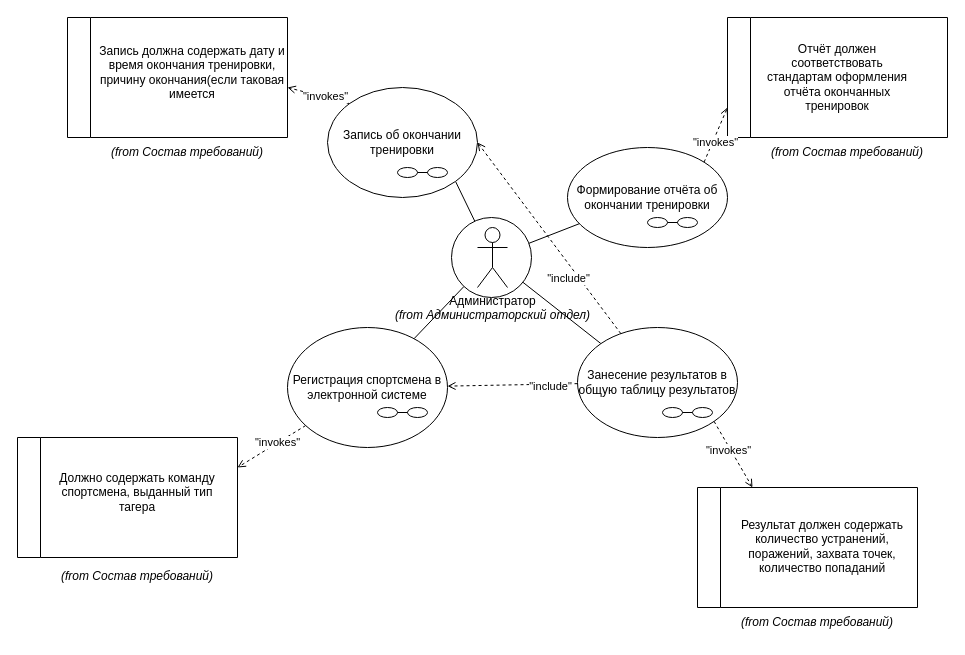
Before: Решения/Часть 2. Схемы/Диаграмма вариантов использования, отображающая состав сценариев, реализующих функциональные требования (1).drawio in VentoAureo12/Projecting-n-Design, a draw.io diagram. Source tidied: cells renumbered, new cells numbered last; positions are measured from the earlier drawing's top-left corner, leaving out a move shared by most shapes. Both pictures are drawn from the tidied source at 100%, with x=0, y=0 at pixel (17, 17).
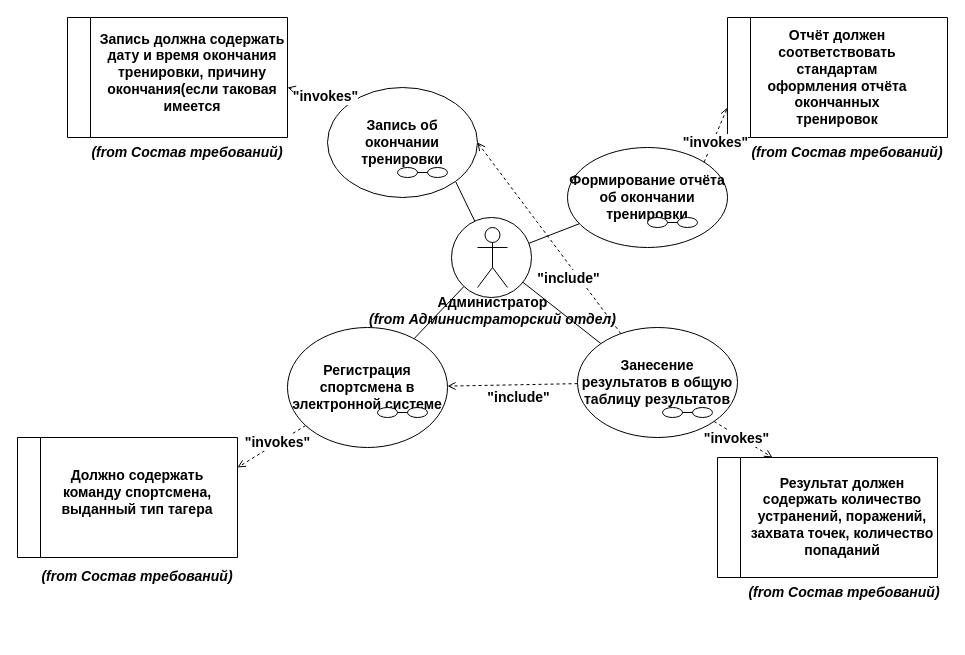
The same page after the edit.

The edit, as a diff of the source:
```diff
@@
-    <mxCell id="2" style="rounded=0;jettySize=auto;html=1;entryX=1;entryY=1;entryDx=0;entryDy=0;endArrow=none;endFill=0;" parent="1" edge="1" source="5" target="25">
+    <mxCell id="2" style="rounded=0;jettySize=auto;html=1;entryX=1;entryY=1;entryDx=0;entryDy=0;endArrow=none;endFill=0;fontStyle=1;fontSize=14;" parent="1" edge="1" source="5" target="25">
       <mxGeometry relative="1" as="geometry" />
     </mxCell>
-    <mxCell id="3" style="rounded=0;jettySize=auto;html=1;endArrow=none;endFill=0;" parent="1" edge="1" source="5" target="20">
+    <mxCell id="3" style="rounded=0;jettySize=auto;html=1;endArrow=none;endFill=0;fontStyle=1;fontSize=14;" parent="1" edge="1" source="5" target="20">
       <mxGeometry relative="1" as="geometry" />
     </mxCell>
-    <mxCell id="4" style="rounded=0;jettySize=auto;html=1;entryX=0;entryY=0;entryDx=0;entryDy=0;endArrow=none;endFill=0;" parent="1" edge="1" source="5" target="8">
+    <mxCell id="4" style="rounded=0;jettySize=auto;html=1;entryX=0;entryY=0;entryDx=0;entryDy=0;endArrow=none;endFill=0;fontStyle=1;fontSize=14;" parent="1" edge="1" source="5" target="8">
       <mxGeometry relative="1" as="geometry" />
     </mxCell>
-    <mxCell id="5" style="ellipse;whiteSpace=wrap;html=1;" parent="1" vertex="1">
+    <mxCell id="5" style="ellipse;whiteSpace=wrap;html=1;fontStyle=1;fontSize=14;" parent="1" vertex="1">
       <mxGeometry x="434" y="200" width="80" height="80" as="geometry" />
     </mxCell>
-    <mxCell id="6" value="Администратор&lt;br&gt;&lt;i&gt;(from Администраторский отдел)&lt;/i&gt;" style="shape=umlActor;verticalLabelPosition=bottom;verticalAlign=top;html=1;" parent="1" vertex="1">
+    <mxCell id="6" value="Администратор&lt;br style=&quot;font-size: 14px;&quot;&gt;&lt;i style=&quot;font-size: 14px;&quot;&gt;(from Администраторский отдел)&lt;/i&gt;" style="shape=umlActor;verticalLabelPosition=bottom;verticalAlign=top;html=1;fontStyle=1;fontSize=14;" parent="1" vertex="1">
       <mxGeometry x="460" y="210" width="30" height="60" as="geometry" />
     </mxCell>
-    <mxCell id="7" style="group;" parent="1" vertex="1">
+    <mxCell id="7" style="group;fontStyle=1;fontSize=14;" parent="1" vertex="1">
       <mxGeometry x="560" y="310" width="160" height="110" as="geometry" />
     </mxCell>
-    <mxCell id="8" value="Занесение результатов в общую таблицу результатов" style="ellipse;whiteSpace=wrap;html=1;" parent="7" vertex="1">
+    <mxCell id="8" value="Занесение результатов в общую таблицу результатов" style="ellipse;whiteSpace=wrap;html=1;fontStyle=1;fontSize=14;" parent="7" vertex="1">
       <mxGeometry width="160" height="110" as="geometry" />
     </mxCell>
-    <mxCell id="9" style="ellipse;whiteSpace=wrap;html=1;" parent="7" vertex="1">
+    <mxCell id="9" style="ellipse;whiteSpace=wrap;html=1;fontStyle=1;fontSize=14;" parent="7" vertex="1">
       <mxGeometry x="85" y="80" width="20" height="10" as="geometry" />
     </mxCell>
-    <mxCell id="10" style="ellipse;whiteSpace=wrap;html=1;" parent="7" vertex="1">
+    <mxCell id="10" style="ellipse;whiteSpace=wrap;html=1;fontStyle=1;fontSize=14;" parent="7" vertex="1">
       <mxGeometry x="115" y="80" width="20" height="10" as="geometry" />
     </mxCell>
-    <mxCell id="11" style="rounded=0;jettySize=auto;html=1;exitX=1;exitY=0.5;exitDx=0;exitDy=0;entryX=0;entryY=0.5;entryDx=0;entryDy=0;endArrow=none;endFill=0;" parent="7" edge="1" source="9" target="10">
+    <mxCell id="11" style="rounded=0;jettySize=auto;html=1;exitX=1;exitY=0.5;exitDx=0;exitDy=0;entryX=0;entryY=0.5;entryDx=0;entryDy=0;endArrow=none;endFill=0;fontStyle=1;fontSize=14;" parent="7" edge="1" source="9" target="10">
       <mxGeometry relative="1" as="geometry" />
     </mxCell>
-    <mxCell id="12" style="group;" parent="1" vertex="1">
+    <mxCell id="12" style="group;fontStyle=1;fontSize=14;" parent="1" vertex="1">
       <mxGeometry x="550" y="130" width="160" height="100" as="geometry" />
     </mxCell>
-    <mxCell id="13" style="group;" parent="12" vertex="1">
+    <mxCell id="13" style="group;fontStyle=1;fontSize=14;" parent="12" vertex="1">
       <mxGeometry width="160" height="100" as="geometry" />
     </mxCell>
-    <mxCell id="14" value="Формирование отчёта об окончании тренировки" style="ellipse;whiteSpace=wrap;html=1;" parent="13" vertex="1">
+    <mxCell id="14" value="Формирование отчёта об окончании тренировки" style="ellipse;whiteSpace=wrap;html=1;fontStyle=1;fontSize=14;" parent="13" vertex="1">
       <mxGeometry width="160" height="100" as="geometry" />
     </mxCell>
-    <mxCell id="15" style="ellipse;whiteSpace=wrap;html=1;" parent="13" vertex="1">
+    <mxCell id="15" style="ellipse;whiteSpace=wrap;html=1;fontStyle=1;fontSize=14;" parent="13" vertex="1">
       <mxGeometry x="80" y="70" width="20" height="10" as="geometry" />
     </mxCell>
-    <mxCell id="16" style="ellipse;whiteSpace=wrap;html=1;" parent="13" vertex="1">
+    <mxCell id="16" style="ellipse;whiteSpace=wrap;html=1;fontStyle=1;fontSize=14;" parent="13" vertex="1">
       <mxGeometry x="110" y="70" width="20" height="10" as="geometry" />
     </mxCell>
-    <mxCell id="17" style="rounded=0;jettySize=auto;html=1;exitX=1;exitY=0.5;exitDx=0;exitDy=0;entryX=0;entryY=0.5;entryDx=0;entryDy=0;endArrow=none;endFill=0;" parent="13" edge="1" source="15" target="16">
+    <mxCell id="17" style="rounded=0;jettySize=auto;html=1;exitX=1;exitY=0.5;exitDx=0;exitDy=0;entryX=0;entryY=0.5;entryDx=0;entryDy=0;endArrow=none;endFill=0;fontStyle=1;fontSize=14;" parent="13" edge="1" source="15" target="16">
       <mxGeometry relative="1" as="geometry" />
     </mxCell>
-    <mxCell id="18" style="rounded=0;jettySize=auto;html=1;endArrow=none;endFill=0;" parent="1" edge="1" source="5" target="14">
+    <mxCell id="18" style="rounded=0;jettySize=auto;html=1;endArrow=none;endFill=0;fontStyle=1;fontSize=14;" parent="1" edge="1" source="5" target="14">
       <mxGeometry relative="1" as="geometry" />
     </mxCell>
-    <mxCell id="19" style="group;" parent="1" vertex="1">
+    <mxCell id="19" style="group;fontStyle=1;fontSize=14;" parent="1" vertex="1">
       <mxGeometry x="270" y="310" width="160" height="120" as="geometry" />
     </mxCell>
-    <mxCell id="20" value="Регистрация спортсмена в электронной системе" style="ellipse;whiteSpace=wrap;html=1;" parent="19" vertex="1">
+    <mxCell id="20" value="Регистрация спортсмена в электронной системе" style="ellipse;whiteSpace=wrap;html=1;fontStyle=1;fontSize=14;" parent="19" vertex="1">
       <mxGeometry width="160" height="120" as="geometry" />
     </mxCell>
-    <mxCell id="21" style="ellipse;whiteSpace=wrap;html=1;" parent="19" vertex="1">
+    <mxCell id="21" style="ellipse;whiteSpace=wrap;html=1;fontStyle=1;fontSize=14;" parent="19" vertex="1">
       <mxGeometry x="90" y="80" width="20" height="10" as="geometry" />
     </mxCell>
-    <mxCell id="22" style="ellipse;whiteSpace=wrap;html=1;" parent="19" vertex="1">
+    <mxCell id="22" style="ellipse;whiteSpace=wrap;html=1;fontStyle=1;fontSize=14;" parent="19" vertex="1">
       <mxGeometry x="120" y="80" width="20" height="10" as="geometry" />
     </mxCell>
-    <mxCell id="23" style="rounded=0;jettySize=auto;html=1;exitX=1;exitY=0.5;exitDx=0;exitDy=0;entryX=0;entryY=0.5;entryDx=0;entryDy=0;endArrow=none;endFill=0;" parent="19" edge="1" source="21" target="22">
+    <mxCell id="23" style="rounded=0;jettySize=auto;html=1;exitX=1;exitY=0.5;exitDx=0;exitDy=0;entryX=0;entryY=0.5;entryDx=0;entryDy=0;endArrow=none;endFill=0;fontStyle=1;fontSize=14;" parent="19" edge="1" source="21" target="22">
       <mxGeometry relative="1" as="geometry" />
     </mxCell>
-    <mxCell id="24" style="group;" parent="1" vertex="1">
+    <mxCell id="24" style="group;fontStyle=1;fontSize=14;" parent="1" vertex="1">
       <mxGeometry x="310" y="70" width="150" height="110" as="geometry" />
     </mxCell>
-    <mxCell id="25" value="Запись об окончании тренировки" style="ellipse;whiteSpace=wrap;html=1;" parent="24" vertex="1">
+    <mxCell id="25" value="Запись об окончании тренировки" style="ellipse;whiteSpace=wrap;html=1;fontStyle=1;fontSize=14;" parent="24" vertex="1">
       <mxGeometry width="150" height="110" as="geometry" />
     </mxCell>
-    <mxCell id="26" style="ellipse;whiteSpace=wrap;html=1;" parent="24" vertex="1">
+    <mxCell id="26" style="ellipse;whiteSpace=wrap;html=1;fontStyle=1;fontSize=14;" parent="24" vertex="1">
       <mxGeometry x="70" y="80" width="20" height="10" as="geometry" />
     </mxCell>
-    <mxCell id="27" style="ellipse;whiteSpace=wrap;html=1;" parent="24" vertex="1">
+    <mxCell id="27" style="ellipse;whiteSpace=wrap;html=1;fontStyle=1;fontSize=14;" parent="24" vertex="1">
       <mxGeometry x="100" y="80" width="20" height="10" as="geometry" />
     </mxCell>
-    <mxCell id="28" style="rounded=0;jettySize=auto;html=1;exitX=1;exitY=0.5;exitDx=0;exitDy=0;entryX=0;entryY=0.5;entryDx=0;entryDy=0;endArrow=none;endFill=0;" parent="24" edge="1" source="26" target="27">
+    <mxCell id="28" style="rounded=0;jettySize=auto;html=1;exitX=1;exitY=0.5;exitDx=0;exitDy=0;entryX=0;entryY=0.5;entryDx=0;entryDy=0;endArrow=none;endFill=0;fontStyle=1;fontSize=14;" parent="24" edge="1" source="26" target="27">
       <mxGeometry relative="1" as="geometry" />
     </mxCell>
-    <mxCell id="29" style="rounded=0;jettySize=auto;html=1;dashed=1;endArrow=open;endFill=0;" parent="1" edge="1" source="8" target="20">
+    <mxCell id="29" style="rounded=0;jettySize=auto;html=1;dashed=1;endArrow=open;endFill=0;fontStyle=1;fontSize=14;" parent="1" edge="1" source="8" target="20">
       <mxGeometry relative="1" as="geometry" />
     </mxCell>
-    <mxCell id="30" value="&quot;include&quot;" style="edgeLabel;html=1;align=center;verticalAlign=middle;" parent="29" vertex="1">
-      <mxGeometry x="-0.57" y="2" relative="1" as="geometry" />
+    <mxCell id="30" value="&quot;include&quot;" style="edgeLabel;html=1;align=center;verticalAlign=middle;fontStyle=1;fontSize=14;" parent="29" vertex="1">
+      <mxGeometry x="-0.57" y="2" relative="1" as="geometry">
+        <mxPoint x="-32" y="11" as="offset" />
+      </mxGeometry>
     </mxCell>
-    <mxCell id="31" style="rounded=0;jettySize=auto;html=1;entryX=1;entryY=0.5;entryDx=0;entryDy=0;dashed=1;endArrow=open;endFill=0;" parent="1" edge="1" source="8" target="25">
+    <mxCell id="31" style="rounded=0;jettySize=auto;html=1;entryX=1;entryY=0.5;entryDx=0;entryDy=0;dashed=1;endArrow=open;endFill=0;fontStyle=1;fontSize=14;" parent="1" edge="1" source="8" target="25">
       <mxGeometry relative="1" as="geometry" />
     </mxCell>
-    <mxCell id="32" value="&quot;include&quot;" style="edgeLabel;html=1;align=center;verticalAlign=middle;" parent="1" vertex="1">
+    <mxCell id="32" value="&quot;include&quot;" style="edgeLabel;html=1;align=center;verticalAlign=middle;fontStyle=1;fontSize=14;" parent="1" vertex="1">
       <mxGeometry x="550" y="260" as="geometry" />
     </mxCell>
-    <mxCell id="33" style="swimlane;horizontal=0;whiteSpace=wrap;html=1;" parent="1" vertex="1">
+    <mxCell id="33" style="swimlane;horizontal=0;whiteSpace=wrap;html=1;fontStyle=1;fontSize=14;" parent="1" vertex="1">
       <mxGeometry y="420" width="220" height="120" as="geometry" />
     </mxCell>
-    <mxCell id="34" value="Должно содержать команду спортсмена, выданный тип тагера" style="text;html=1;strokeColor=none;fillColor=none;align=center;verticalAlign=middle;whiteSpace=wrap;rounded=0;" parent="33" vertex="1">
+    <mxCell id="34" value="Должно содержать команду спортсмена, выданный тип тагера" style="text;html=1;strokeColor=none;fillColor=none;align=center;verticalAlign=middle;whiteSpace=wrap;rounded=0;fontStyle=1;fontSize=14;" parent="33" vertex="1">
       <mxGeometry x="40" y="40" width="160" height="30" as="geometry" />
     </mxCell>
-    <mxCell id="35" style="rounded=0;jettySize=auto;html=1;entryX=1;entryY=0.25;entryDx=0;entryDy=0;endArrow=open;endFill=0;dashed=1;" parent="1" edge="1" source="20" target="33">
+    <mxCell id="35" style="rounded=0;jettySize=auto;html=1;entryX=1;entryY=0.25;entryDx=0;entryDy=0;endArrow=open;endFill=0;dashed=1;fontStyle=1;fontSize=14;" parent="1" edge="1" source="20" target="33">
       <mxGeometry relative="1" as="geometry" />
     </mxCell>
-    <mxCell id="36" value="&quot;invokes&quot;" style="edgeLabel;html=1;align=center;verticalAlign=middle;" parent="35" vertex="1">
+    <mxCell id="36" value="&quot;invokes&quot;" style="edgeLabel;html=1;align=center;verticalAlign=middle;fontStyle=1;fontSize=14;" parent="35" vertex="1">
       <mxGeometry x="-0.2" y="-2" relative="1" as="geometry">
         <mxPoint y="1" as="offset" />
       </mxGeometry>
     </mxCell>
-    <mxCell id="37" value="&lt;i&gt;(from Состав требований)&lt;/i&gt;" style="text;html=1;strokeColor=none;fillColor=none;align=center;verticalAlign=middle;whiteSpace=wrap;rounded=0;" parent="1" vertex="1">
+    <mxCell id="37" value="&lt;i style=&quot;font-size: 14px;&quot;&gt;(from Состав требований)&lt;/i&gt;" style="text;html=1;strokeColor=none;fillColor=none;align=center;verticalAlign=middle;whiteSpace=wrap;rounded=0;fontStyle=1;fontSize=14;" parent="1" vertex="1">
       <mxGeometry x="20" y="544" width="200" height="30" as="geometry" />
     </mxCell>
-    <mxCell id="38" style="swimlane;horizontal=0;whiteSpace=wrap;html=1;" parent="1" vertex="1">
+    <mxCell id="38" style="swimlane;horizontal=0;whiteSpace=wrap;html=1;fontStyle=1;fontSize=14;" parent="1" vertex="1">
       <mxGeometry x="50" width="220" height="120" as="geometry" />
     </mxCell>
-    <mxCell id="39" value="Запись должна содержать дату и время окончания тренировки, причину окончания(если таковая имеется" style="text;html=1;strokeColor=none;fillColor=none;align=center;verticalAlign=middle;whiteSpace=wrap;rounded=0;" parent="38" vertex="1">
+    <mxCell id="39" value="Запись должна содержать дату и время окончания тренировки, причину окончания(если таковая имеется" style="text;html=1;strokeColor=none;fillColor=none;align=center;verticalAlign=middle;whiteSpace=wrap;rounded=0;fontStyle=1;fontSize=14;" parent="38" vertex="1">
       <mxGeometry x="30" y="40" width="190" height="30" as="geometry" />
     </mxCell>
-    <mxCell id="40" style="rounded=0;jettySize=auto;html=1;entryX=1;entryY=1;entryDx=0;entryDy=0;endArrow=open;endFill=0;dashed=1;exitX=0;exitY=0;exitDx=0;exitDy=0;" parent="1" edge="1" source="25" target="39">
+    <mxCell id="40" style="rounded=0;jettySize=auto;html=1;entryX=1;entryY=1;entryDx=0;entryDy=0;endArrow=open;endFill=0;dashed=1;exitX=0;exitY=0;exitDx=0;exitDy=0;fontStyle=1;fontSize=14;" parent="1" edge="1" source="25" target="39">
       <mxGeometry relative="1" as="geometry" />
     </mxCell>
-    <mxCell id="41" value="&quot;invokes&quot;" style="edgeLabel;html=1;align=center;verticalAlign=middle;" parent="40" vertex="1">
+    <mxCell id="41" value="&quot;invokes&quot;" style="edgeLabel;html=1;align=center;verticalAlign=middle;fontStyle=1;fontSize=14;" parent="40" vertex="1">
       <mxGeometry x="-0.2" y="-2" relative="1" as="geometry">
         <mxPoint y="1" as="offset" />
       </mxGeometry>
     </mxCell>
-    <mxCell id="42" style="swimlane;horizontal=0;whiteSpace=wrap;html=1;" parent="1" vertex="1">
-      <mxGeometry x="680" y="470" width="220" height="120" as="geometry" />
+    <mxCell id="42" style="swimlane;horizontal=0;whiteSpace=wrap;html=1;fontStyle=1;fontSize=14;" parent="1" vertex="1">
+      <mxGeometry x="700" y="440" width="220" height="120" as="geometry" />
     </mxCell>
-    <mxCell id="43" value="Результат должен содержать количество устранений, поражений, захвата точек, количество попаданий" style="text;html=1;strokeColor=none;fillColor=none;align=center;verticalAlign=middle;whiteSpace=wrap;rounded=0;" parent="42" vertex="1">
+    <mxCell id="43" value="Результат должен содержать количество устранений, поражений, захвата точек, количество попаданий" style="text;html=1;strokeColor=none;fillColor=none;align=center;verticalAlign=middle;whiteSpace=wrap;rounded=0;fontStyle=1;fontSize=14;" parent="42" vertex="1">
       <mxGeometry x="30" y="44" width="190" height="30" as="geometry" />
     </mxCell>
-    <mxCell id="44" style="rounded=0;jettySize=auto;html=1;entryX=0.25;entryY=0;entryDx=0;entryDy=0;endArrow=open;endFill=0;dashed=1;exitX=1;exitY=1;exitDx=0;exitDy=0;" parent="1" edge="1" source="8" target="42">
+    <mxCell id="44" style="rounded=0;jettySize=auto;html=1;entryX=0.25;entryY=0;entryDx=0;entryDy=0;endArrow=open;endFill=0;dashed=1;exitX=1;exitY=1;exitDx=0;exitDy=0;fontStyle=1;fontSize=14;" parent="1" edge="1" source="8" target="42">
       <mxGeometry relative="1" as="geometry" />
     </mxCell>
-    <mxCell id="45" value="&quot;invokes&quot;" style="edgeLabel;html=1;align=center;verticalAlign=middle;" parent="44" vertex="1">
+    <mxCell id="45" value="&quot;invokes&quot;" style="edgeLabel;html=1;align=center;verticalAlign=middle;fontStyle=1;fontSize=14;" parent="44" vertex="1">
       <mxGeometry x="-0.2" y="-2" relative="1" as="geometry">
         <mxPoint y="1" as="offset" />
       </mxGeometry>
     </mxCell>
-    <mxCell id="46" style="swimlane;horizontal=0;whiteSpace=wrap;html=1;" parent="1" vertex="1">
+    <mxCell id="46" style="swimlane;horizontal=0;whiteSpace=wrap;html=1;fontStyle=1;fontSize=14;" parent="1" vertex="1">
       <mxGeometry x="710" width="220" height="120" as="geometry" />
     </mxCell>
-    <mxCell id="47" value="Отчёт должен соответствовать стандартам оформления отчёта окончанных тренировок" style="text;html=1;strokeColor=none;fillColor=none;align=center;verticalAlign=middle;whiteSpace=wrap;rounded=0;" parent="46" vertex="1">
+    <mxCell id="47" value="Отчёт должен соответствовать стандартам оформления отчёта окончанных тренировок" style="text;html=1;strokeColor=none;fillColor=none;align=center;verticalAlign=middle;whiteSpace=wrap;rounded=0;fontStyle=1;fontSize=14;" parent="46" vertex="1">
       <mxGeometry x="30" y="42.5" width="160" height="35" as="geometry" />
     </mxCell>
-    <mxCell id="48" style="rounded=0;jettySize=auto;html=1;entryX=0;entryY=0.75;entryDx=0;entryDy=0;endArrow=open;endFill=0;dashed=1;exitX=1;exitY=0;exitDx=0;exitDy=0;" parent="1" edge="1" source="14" target="46">
+    <mxCell id="48" style="rounded=0;jettySize=auto;html=1;entryX=0;entryY=0.75;entryDx=0;entryDy=0;endArrow=open;endFill=0;dashed=1;exitX=1;exitY=0;exitDx=0;exitDy=0;fontStyle=1;fontSize=14;" parent="1" edge="1" source="14" target="46">
       <mxGeometry relative="1" as="geometry" />
     </mxCell>
-    <mxCell id="49" value="&quot;invokes&quot;" style="edgeLabel;html=1;align=center;verticalAlign=middle;" parent="48" vertex="1">
+    <mxCell id="49" value="&quot;invokes&quot;" style="edgeLabel;html=1;align=center;verticalAlign=middle;fontStyle=1;fontSize=14;" parent="48" vertex="1">
       <mxGeometry x="-0.2" y="-2" relative="1" as="geometry">
         <mxPoint y="1" as="offset" />
       </mxGeometry>
     </mxCell>
-    <mxCell id="50" value="&lt;i&gt;(from Состав требований)&lt;/i&gt;" style="text;html=1;strokeColor=none;fillColor=none;align=center;verticalAlign=middle;whiteSpace=wrap;rounded=0;" parent="1" vertex="1">
-      <mxGeometry x="700" y="590" width="200" height="30" as="geometry" />
+    <mxCell id="50" value="&lt;i style=&quot;font-size: 14px;&quot;&gt;(from Состав требований)&lt;/i&gt;" style="text;html=1;strokeColor=none;fillColor=none;align=center;verticalAlign=middle;whiteSpace=wrap;rounded=0;fontStyle=1;fontSize=14;" parent="1" vertex="1">
+      <mxGeometry x="727" y="560" width="200" height="30" as="geometry" />
     </mxCell>
-    <mxCell id="51" value="&lt;i&gt;(from Состав требований)&lt;/i&gt;" style="text;html=1;strokeColor=none;fillColor=none;align=center;verticalAlign=middle;whiteSpace=wrap;rounded=0;" parent="1" vertex="1">
+    <mxCell id="51" value="&lt;i style=&quot;font-size: 14px;&quot;&gt;(from Состав требований)&lt;/i&gt;" style="text;html=1;strokeColor=none;fillColor=none;align=center;verticalAlign=middle;whiteSpace=wrap;rounded=0;fontStyle=1;fontSize=14;" parent="1" vertex="1">
       <mxGeometry x="70" y="120" width="200" height="30" as="geometry" />
     </mxCell>
-    <mxCell id="52" value="&lt;i&gt;(from Состав требований)&lt;/i&gt;" style="text;html=1;strokeColor=none;fillColor=none;align=center;verticalAlign=middle;whiteSpace=wrap;rounded=0;" parent="1" vertex="1">
+    <mxCell id="52" value="&lt;i style=&quot;font-size: 14px;&quot;&gt;(from Состав требований)&lt;/i&gt;" style="text;html=1;strokeColor=none;fillColor=none;align=center;verticalAlign=middle;whiteSpace=wrap;rounded=0;fontStyle=1;fontSize=14;" parent="1" vertex="1">
       <mxGeometry x="730" y="120" width="200" height="30" as="geometry" />
     </mxCell>
```
